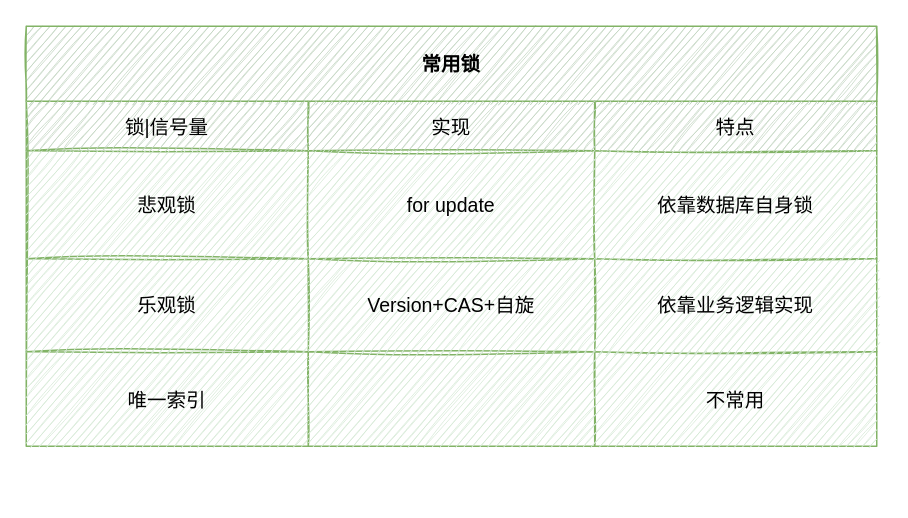
Above: DB_LOCK.drawio in sohanyu/drawio (draw.io), before the change. Source tidied: cells renumbered, new cells numbered last; positions are measured from the earlier drawing's top-left corner, leaving out a move shared by most shapes. Both pictures are drawn from the tidied source at 150%, with x=0, y=0 at pixel (26, 26).
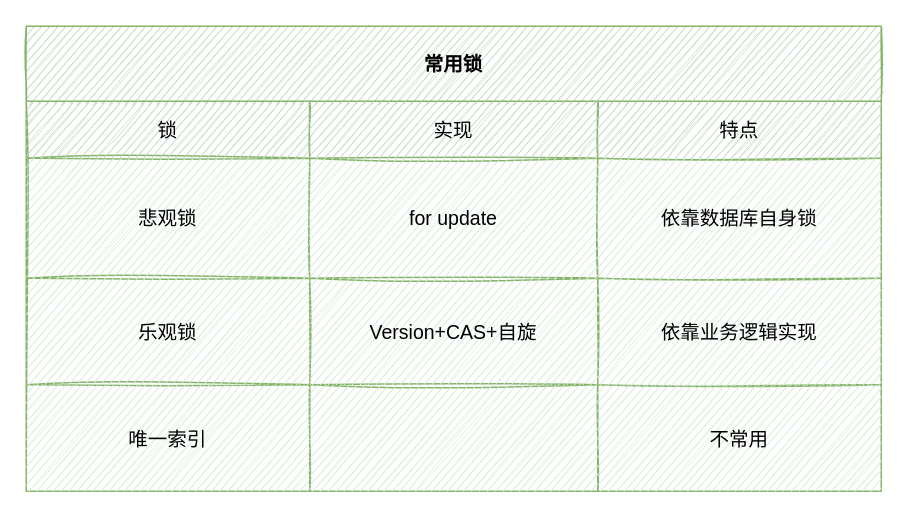
The same page after the edit.

Diff of the diagram source:
```diff
@@
 <mxGraphModel>
   <root>
     <mxCell id="0" />
     <mxCell id="1" parent="0" />
     <mxCell id="2" value="常用锁" style="shape=table;html=1;whiteSpace=wrap;startSize=50;childLayout=tableLayout;fontStyle=1;align=center;sketch=1;strokeColor=#82b366;fillColor=#C2D4C1;fontSize=13;" parent="1" vertex="1">
-      <mxGeometry width="567" height="280" as="geometry" />
+      <mxGeometry width="570" height="310" as="geometry" />
     </mxCell>
     <mxCell id="3" style="shape=partialRectangle;html=1;whiteSpace=wrap;fillColor=none;top=0;left=0;bottom=0;right=0;fontSize=13;" parent="2" vertex="1">
-      <mxGeometry y="50" width="567" height="33" as="geometry" />
+      <mxGeometry y="50" width="570" height="38" as="geometry" />
     </mxCell>
-    <mxCell id="4" value="锁|信号量" style="shape=partialRectangle;html=1;whiteSpace=wrap;top=0;left=0;bottom=0;right=0;overflow=hidden;strokeColor=#82b366;sketch=1;fillColor=#C2D4C1;fontSize=13;" parent="3" vertex="1">
-      <mxGeometry width="188" height="33" as="geometry" />
+    <mxCell id="4" value="锁" style="shape=partialRectangle;html=1;whiteSpace=wrap;top=0;left=0;bottom=0;right=0;overflow=hidden;strokeColor=#82b366;sketch=1;fillColor=#C2D4C1;fontSize=13;" parent="3" vertex="1">
+      <mxGeometry width="189" height="38" as="geometry" />
     </mxCell>
     <mxCell id="5" value="实现" style="shape=partialRectangle;html=1;whiteSpace=wrap;top=0;left=0;bottom=0;right=0;overflow=hidden;strokeColor=#82b366;sketch=1;fillColor=#C2D4C1;fontSize=13;" parent="3" vertex="1">
-      <mxGeometry x="188" width="191" height="33" as="geometry" />
+      <mxGeometry x="189" width="192" height="38" as="geometry" />
     </mxCell>
     <mxCell id="6" value="特点" style="shape=partialRectangle;html=1;whiteSpace=wrap;top=0;left=0;bottom=0;right=0;overflow=hidden;strokeColor=#82b366;sketch=1;fillColor=#C2D4C1;fontSize=13;" parent="3" vertex="1">
-      <mxGeometry x="379" width="188" height="33" as="geometry" />
+      <mxGeometry x="381" width="189" height="38" as="geometry" />
     </mxCell>
     <mxCell id="7" style="shape=partialRectangle;html=1;whiteSpace=wrap;fillColor=none;top=0;left=0;bottom=0;right=0;fontSize=13;" parent="2" vertex="1">
-      <mxGeometry y="83" width="567" height="72" as="geometry" />
+      <mxGeometry y="88" width="570" height="80" as="geometry" />
     </mxCell>
     <mxCell id="8" value="&lt;span style=&quot;color: rgb(1, 1, 1); font-size: 13px; text-align: left;&quot;&gt;悲观锁&lt;/span&gt;" style="shape=partialRectangle;html=1;whiteSpace=wrap;fillColor=#d5e8d4;top=0;left=0;bottom=0;right=0;overflow=hidden;fontSize=13;fontStyle=0;labelBorderColor=none;strokeColor=#82b366;sketch=1;" parent="7" vertex="1">
-      <mxGeometry width="188" height="72" as="geometry" />
+      <mxGeometry width="189" height="80" as="geometry" />
     </mxCell>
     <mxCell id="9" value="&lt;span style=&quot;color: rgb(1, 1, 1); font-size: 13px; text-align: left;&quot;&gt;for update&lt;/span&gt;" style="shape=partialRectangle;html=1;whiteSpace=wrap;fillColor=#d5e8d4;top=0;left=0;bottom=0;right=0;overflow=hidden;fontSize=13;fontStyle=0;labelBorderColor=none;strokeColor=#82b366;sketch=1;" parent="7" vertex="1">
-      <mxGeometry x="188" width="191" height="72" as="geometry" />
+      <mxGeometry x="189" width="192" height="80" as="geometry" />
     </mxCell>
     <mxCell id="10" value="依靠数据库自身锁" style="shape=partialRectangle;html=1;whiteSpace=wrap;fillColor=#d5e8d4;top=0;left=0;bottom=0;right=0;overflow=hidden;strokeColor=#82b366;sketch=1;fontSize=13;" parent="7" vertex="1">
-      <mxGeometry x="379" width="188" height="72" as="geometry" />
+      <mxGeometry x="381" width="189" height="80" as="geometry" />
     </mxCell>
     <mxCell id="11" style="shape=partialRectangle;html=1;whiteSpace=wrap;fillColor=none;top=0;left=0;bottom=0;right=0;fontSize=13;" parent="2" vertex="1">
-      <mxGeometry y="155" width="567" height="62" as="geometry" />
+      <mxGeometry y="168" width="570" height="71" as="geometry" />
     </mxCell>
     <mxCell id="12" value="&lt;span style=&quot;color: rgb(1, 1, 1); font-size: 13px; text-align: left;&quot;&gt;乐观锁&lt;/span&gt;" style="shape=partialRectangle;html=1;whiteSpace=wrap;fillColor=#d5e8d4;top=0;left=0;bottom=0;right=0;overflow=hidden;fontSize=13;fontStyle=0;labelBorderColor=none;strokeColor=#82b366;sketch=1;" parent="11" vertex="1">
-      <mxGeometry width="188" height="62" as="geometry" />
+      <mxGeometry width="189" height="71" as="geometry" />
     </mxCell>
     <mxCell id="13" value="&lt;span style=&quot;color: rgb(1, 1, 1); font-size: 13px; text-align: left;&quot;&gt;Version+CAS+自旋&lt;/span&gt;" style="shape=partialRectangle;html=1;whiteSpace=wrap;fillColor=#d5e8d4;top=0;left=0;bottom=0;right=0;overflow=hidden;fontSize=13;fontStyle=0;labelBorderColor=none;strokeColor=#82b366;sketch=1;" parent="11" vertex="1">
-      <mxGeometry x="188" width="191" height="62" as="geometry" />
+      <mxGeometry x="189" width="192" height="71" as="geometry" />
     </mxCell>
     <mxCell id="14" value="依靠业务逻辑实现" style="shape=partialRectangle;html=1;whiteSpace=wrap;fillColor=#d5e8d4;top=0;left=0;bottom=0;right=0;overflow=hidden;strokeColor=#82b366;sketch=1;fontSize=13;" parent="11" vertex="1">
-      <mxGeometry x="379" width="188" height="62" as="geometry" />
+      <mxGeometry x="381" width="189" height="71" as="geometry" />
     </mxCell>
     <mxCell id="15" style="shape=partialRectangle;html=1;whiteSpace=wrap;fillColor=none;top=0;left=0;bottom=0;right=0;fontSize=13;" parent="2" vertex="1">
-      <mxGeometry y="217" width="567" height="63" as="geometry" />
+      <mxGeometry y="239" width="570" height="71" as="geometry" />
     </mxCell>
     <mxCell id="16" value="&lt;span style=&quot;color: rgb(1, 1, 1); font-size: 13px; text-align: left;&quot;&gt;唯一索引&lt;/span&gt;" style="shape=partialRectangle;html=1;whiteSpace=wrap;fillColor=#d5e8d4;top=0;left=0;bottom=0;right=0;overflow=hidden;fontSize=13;fontStyle=0;labelBorderColor=none;strokeColor=#82b366;sketch=1;" parent="15" vertex="1">
-      <mxGeometry width="188" height="63" as="geometry" />
+      <mxGeometry width="189" height="71" as="geometry" />
     </mxCell>
     <mxCell id="17" style="shape=partialRectangle;html=1;whiteSpace=wrap;fillColor=#d5e8d4;top=0;left=0;bottom=0;right=0;overflow=hidden;fontSize=13;fontStyle=0;labelBorderColor=none;strokeColor=#82b366;sketch=1;" parent="15" vertex="1">
-      <mxGeometry x="188" width="191" height="63" as="geometry" />
+      <mxGeometry x="189" width="192" height="71" as="geometry" />
     </mxCell>
     <mxCell id="18" value="不常用" style="shape=partialRectangle;html=1;whiteSpace=wrap;fillColor=#d5e8d4;top=0;left=0;bottom=0;right=0;overflow=hidden;strokeColor=#82b366;sketch=1;fontSize=13;" parent="15" vertex="1">
-      <mxGeometry x="379" width="188" height="63" as="geometry" />
+      <mxGeometry x="381" width="189" height="71" as="geometry" />
     </mxCell>
   </root>
 </mxGraphModel>
```
